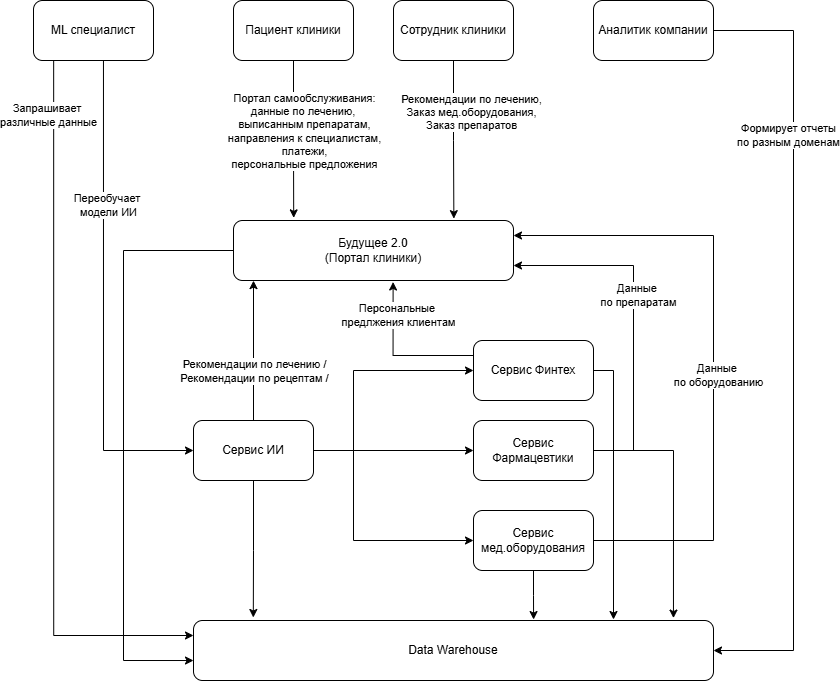
The draw.io diagram Task2/Data-flow-schema.png in AlbertDavletov/architecture-future_2_0, before a commit. Source tidied: cells renumbered, new cells last; positions are measured from the earlier drawing's top-left corner, leaving out a move shared by most shapes.
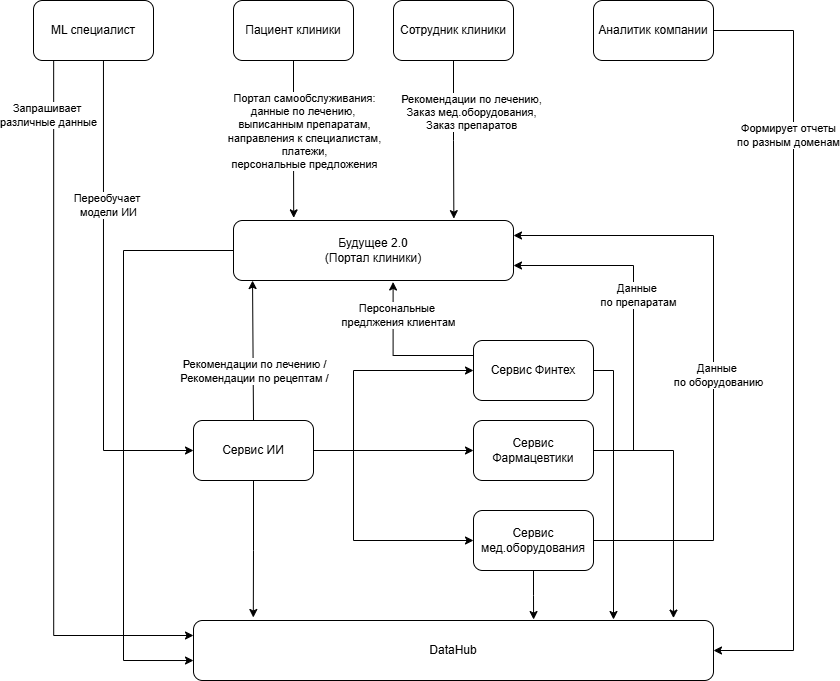
Later version of the same file.

Diff of the diagram source:
```diff
@@ -115,7 +115,7 @@
         <mxPoint x="217" y="-209" as="offset" />
       </mxGeometry>
     </mxCell>
-    <mxCell id="26" value="Data Warehouse" style="rounded=1;whiteSpace=wrap;html=1;" parent="1" vertex="1">
+    <mxCell id="26" value="DataHub" style="rounded=1;whiteSpace=wrap;html=1;" parent="1" vertex="1">
       <mxGeometry x="160" y="620" width="520" height="60" as="geometry" />
     </mxCell>
     <mxCell id="27" style="edgeStyle=orthogonalEdgeStyle;rounded=0;jettySize=auto;html=1;exitX=0.5;exitY=1;exitDx=0;exitDy=0;entryX=0.115;entryY=-0.05;entryDx=0;entryDy=0;entryPerimeter=0;" parent="1" edge="1" source="11" target="26">
```
